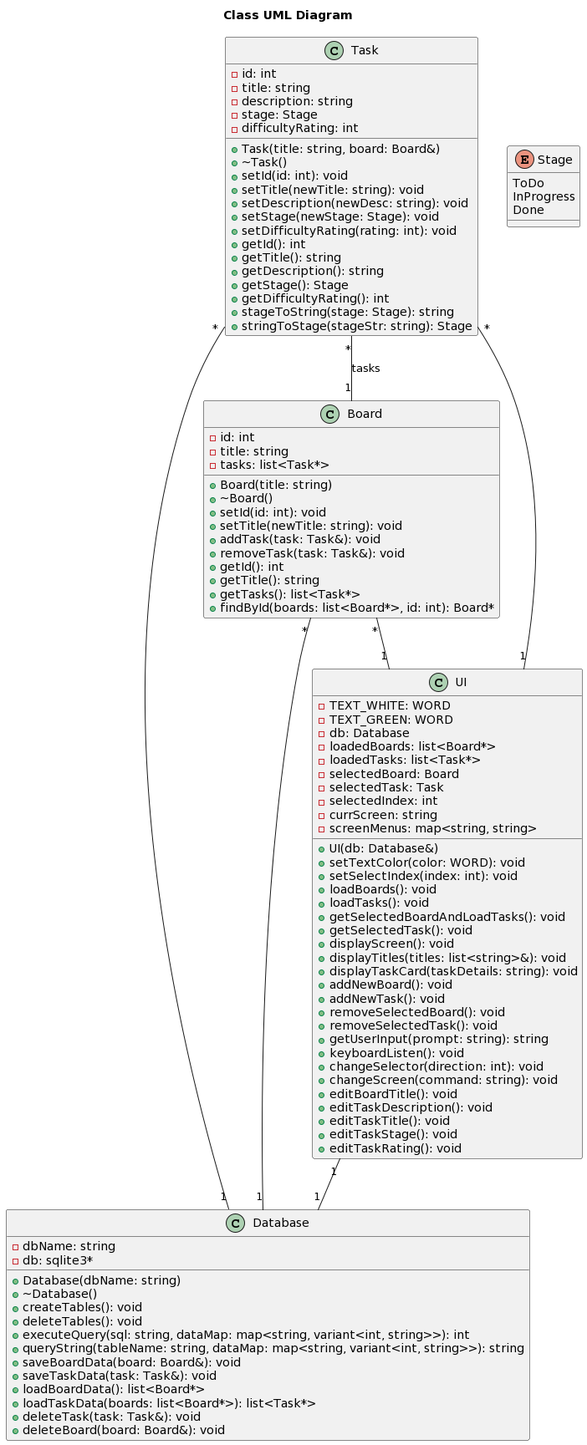
This is diagrams/classUML.png from travisformayor/cli_kanban, a PlantUML export, as it was before one commit.
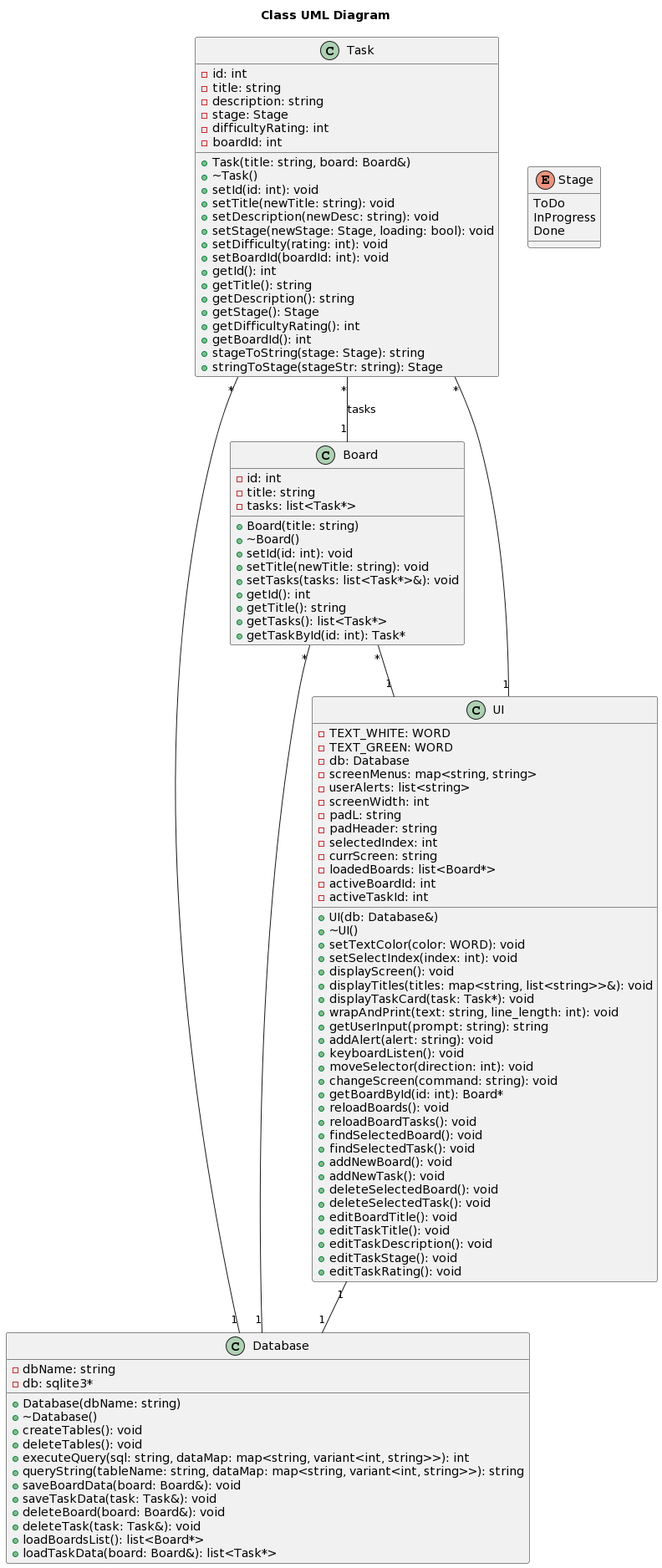
Later version of the same file.

The edit, as a diff of the source:
```diff
@@ -20,18 +20,21 @@
   -description: string
   -stage: Stage
   -difficultyRating: int
+  -boardId: int
   +Task(title: string, board: Board&)
   +~Task()
   +setId(id: int): void
   +setTitle(newTitle: string): void
   +setDescription(newDesc: string): void
-  +setStage(newStage: Stage): void
-  +setDifficultyRating(rating: int): void
+  +setStage(newStage: Stage, loading: bool): void
+  +setDifficulty(rating: int): void
+  +setBoardId(boardId: int): void
   +getId(): int
   +getTitle(): string
   +getDescription(): string
   +getStage(): Stage
   +getDifficultyRating(): int
+  +getBoardId(): int
   +stageToString(stage: Stage): string
   +stringToStage(stageStr: string): Stage
 }
@@ -44,46 +47,52 @@
   +~Board()
   +setId(id: int): void
   +setTitle(newTitle: string): void
-  +addTask(task: Task&): void
-  +removeTask(task: Task&): void
+  +setTasks(tasks: list<Task*>&): void
   +getId(): int
   +getTitle(): string
   +getTasks(): list<Task*>
-  +findById(boards: list<Board*>, id: int): Board*
+  +getTaskById(id: int): Task*
 }
 
 class UI {
   -TEXT_WHITE: WORD
   -TEXT_GREEN: WORD
   -db: Database
-  -loadedBoards: list<Board*>
-  -loadedTasks: list<Task*>
-  -selectedBoard: Board
-  -selectedTask: Task
+  -screenMenus: map<string, string>
+  -userAlerts: list<string>
+  -screenWidth: int
+  -padL: string
+  -padHeader: string
   -selectedIndex: int
   -currScreen: string
-  -screenMenus: map<string, string>
+  -loadedBoards: list<Board*>
+  -activeBoardId: int
+  -activeTaskId: int
   +UI(db: Database&)
+  +~UI()
   +setTextColor(color: WORD): void
   +setSelectIndex(index: int): void
-  +loadBoards(): void
-  +loadTasks(): void
-  +getSelectedBoardAndLoadTasks(): void
-  +getSelectedTask(): void
   +displayScreen(): void
-  +displayTitles(titles: list<string>&): void
-  +displayTaskCard(taskDetails: string): void
+  +displayTitles(titles: map<string, list<string>>&): void
+  +displayTaskCard(task: Task*): void
+  +wrapAndPrint(text: string, line_length: int): void
+  +getUserInput(prompt: string): string
+  +addAlert(alert: string): void
+  +keyboardListen(): void
+  +moveSelector(direction: int): void
+  +changeScreen(command: string): void
+  +getBoardById(id: int): Board*
+  +reloadBoards(): void
+  +reloadBoardTasks(): void
+  +findSelectedBoard(): void
+  +findSelectedTask(): void
   +addNewBoard(): void
   +addNewTask(): void
-  +removeSelectedBoard(): void
-  +removeSelectedTask(): void
-  +getUserInput(prompt: string): string
-  +keyboardListen(): void
-  +changeSelector(direction: int): void
-  +changeScreen(command: string): void
+  +deleteSelectedBoard(): void
+  +deleteSelectedTask(): void
   +editBoardTitle(): void
+  +editTaskTitle(): void
   +editTaskDescription(): void
-  +editTaskTitle(): void
   +editTaskStage(): void
   +editTaskRating(): void
 }
@@ -99,9 +108,9 @@
   +queryString(tableName: string, dataMap: map<string, variant<int, string>>): string
   +saveBoardData(board: Board&): void
   +saveTaskData(task: Task&): void
-  +loadBoardData(): list<Board*>
-  +loadTaskData(boards: list<Board*>): list<Task*>
+  +deleteBoard(board: Board&): void
   +deleteTask(task: Task&): void
-  +deleteBoard(board: Board&): void
+  +loadBoardsList(): list<Board*>
+  +loadTaskData(board: Board&): list<Task*>
 }
 @enduml
```
